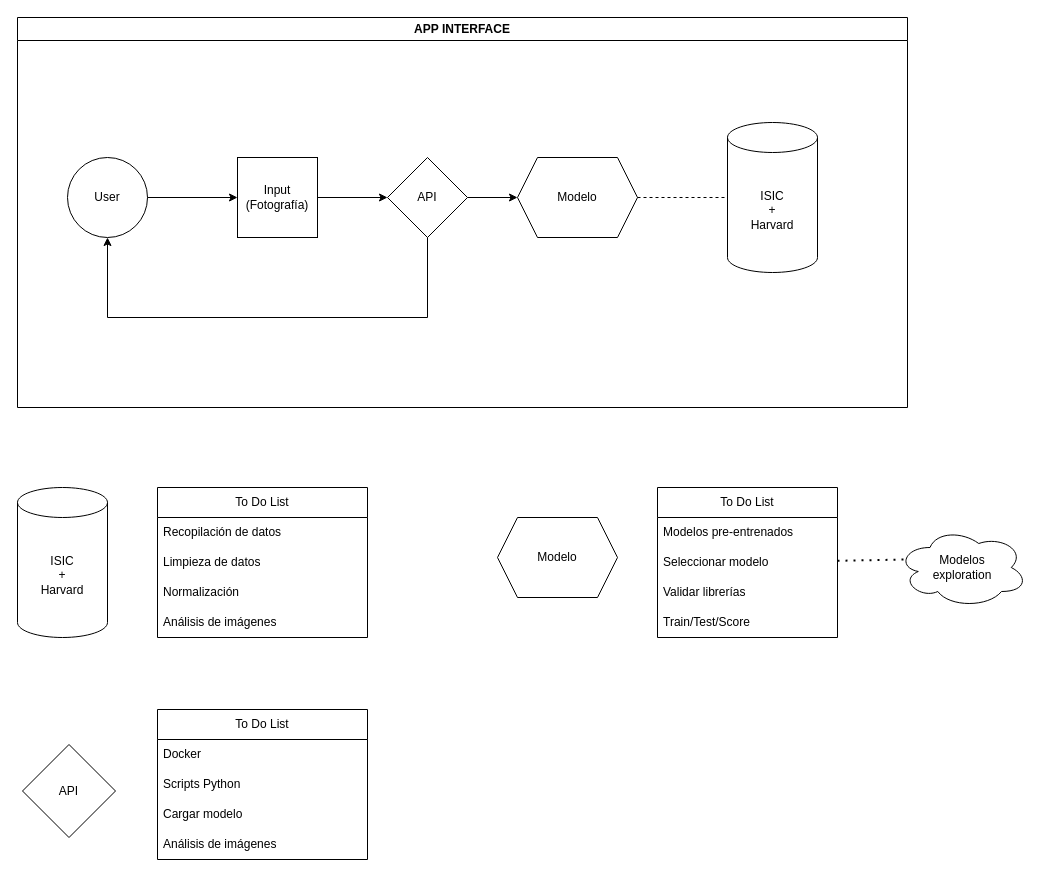
Above: Diagrama sin título.drawio in Kriskitt/melanoma_detector (draw.io), before the change. Source tidied: cells renumbered, new cells numbered last; positions are measured from the earlier drawing's top-left corner, leaving out a move shared by most shapes. Both pictures are drawn from the tidied source at 100%, with x=0, y=0 at pixel (17, 17).
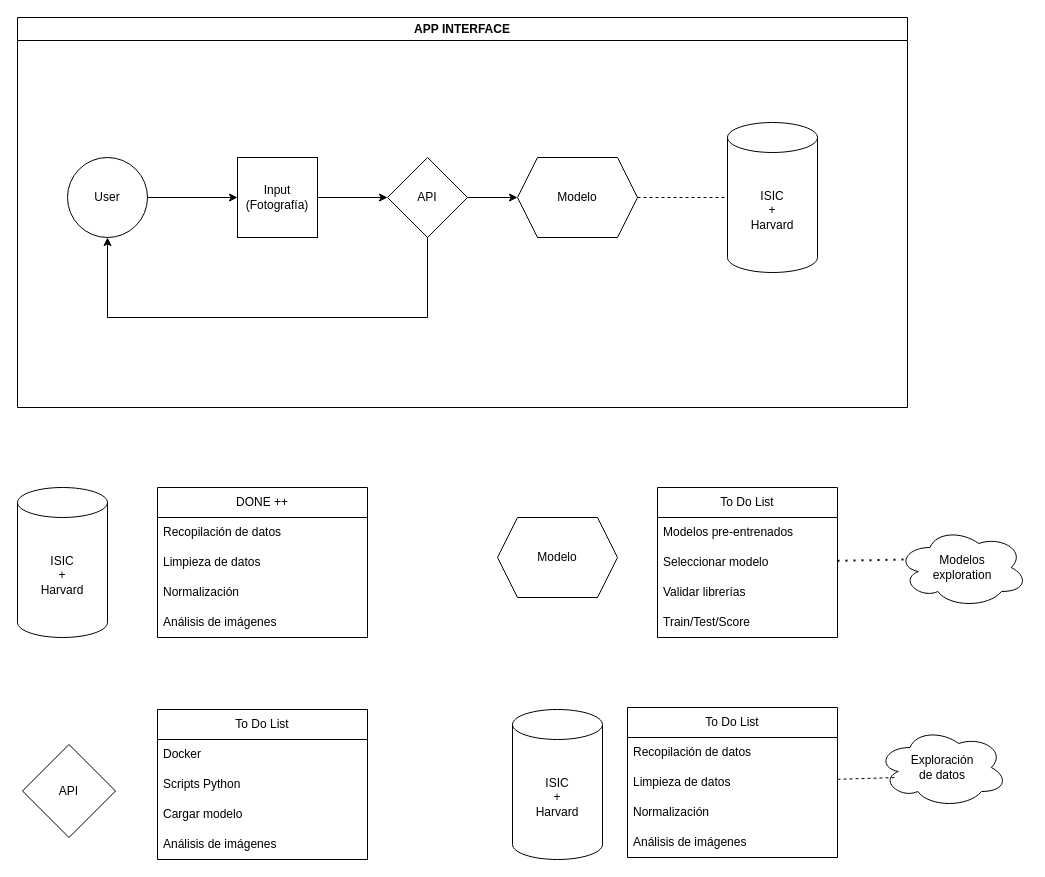
The same page after the edit.

What changed in the source:
```diff
@@
-    <mxCell id="14" value="To Do List" style="swimlane;fontStyle=0;horizontal=1;startSize=30;whiteSpace=wrap;html=1;" parent="1" vertex="1">
+    <mxCell id="14" value="DONE ++" style="swimlane;fontStyle=0;horizontal=1;startSize=30;whiteSpace=wrap;html=1;" parent="1" vertex="1">
       <mxGeometry x="140" y="470" width="210" height="150" as="geometry" />
     </mxCell>
@@
+    <mxCell id="33" value="ISIC&lt;div&gt;+&lt;/div&gt;&lt;div&gt;Harvard&lt;/div&gt;" style="shape=cylinder3;whiteSpace=wrap;html=1;boundedLbl=1;backgroundOutline=1;size=15;" parent="1" vertex="1">
+      <mxGeometry x="495" y="692" width="90" height="150" as="geometry" />
+    </mxCell>
+    <mxCell id="34" value="To Do List" style="swimlane;fontStyle=0;horizontal=1;startSize=30;whiteSpace=wrap;html=1;" parent="1" vertex="1">
+      <mxGeometry x="610" y="690" width="210" height="150" as="geometry" />
+    </mxCell>
+    <mxCell id="35" value="Recopilación de datos" style="text;strokeColor=none;fillColor=none;align=left;verticalAlign=middle;spacingLeft=4;spacingRight=4;overflow=hidden;whiteSpace=wrap;html=1;" parent="34" vertex="1">
+      <mxGeometry y="30" width="210" height="30" as="geometry" />
+    </mxCell>
+    <mxCell id="36" value="Limpieza de datos" style="text;strokeColor=none;fillColor=none;align=left;verticalAlign=middle;spacingLeft=4;spacingRight=4;overflow=hidden;points=[[0,0.5],[1,0.5]];portConstraint=eastwest;whiteSpace=wrap;html=1;" parent="34" vertex="1">
+      <mxGeometry y="60" width="210" height="30" as="geometry" />
+    </mxCell>
+    <mxCell id="37" value="Normalización" style="text;strokeColor=none;fillColor=none;align=left;verticalAlign=middle;spacingLeft=4;spacingRight=4;overflow=hidden;whiteSpace=wrap;html=1;" parent="34" vertex="1">
+      <mxGeometry y="90" width="210" height="30" as="geometry" />
+    </mxCell>
+    <mxCell id="38" value="Análisis de imágenes" style="text;strokeColor=none;fillColor=none;align=left;verticalAlign=middle;spacingLeft=4;spacingRight=4;overflow=hidden;whiteSpace=wrap;html=1;" parent="34" vertex="1">
+      <mxGeometry y="120" width="210" height="30" as="geometry" />
+    </mxCell>
+    <mxCell id="39" value="Exploración&lt;div&gt;de datos&lt;/div&gt;" style="ellipse;shape=cloud;whiteSpace=wrap;html=1;" parent="1" vertex="1">
+      <mxGeometry x="860" y="710" width="130" height="80" as="geometry" />
+    </mxCell>
+    <mxCell id="40" style="endArrow=none;dashed=1;html=1;rounded=0;entryX=0.154;entryY=0.625;entryDx=0;entryDy=0;entryPerimeter=0;" parent="1" edge="1" source="36" target="39">
+      <mxGeometry relative="1" as="geometry" />
+    </mxCell>
```
